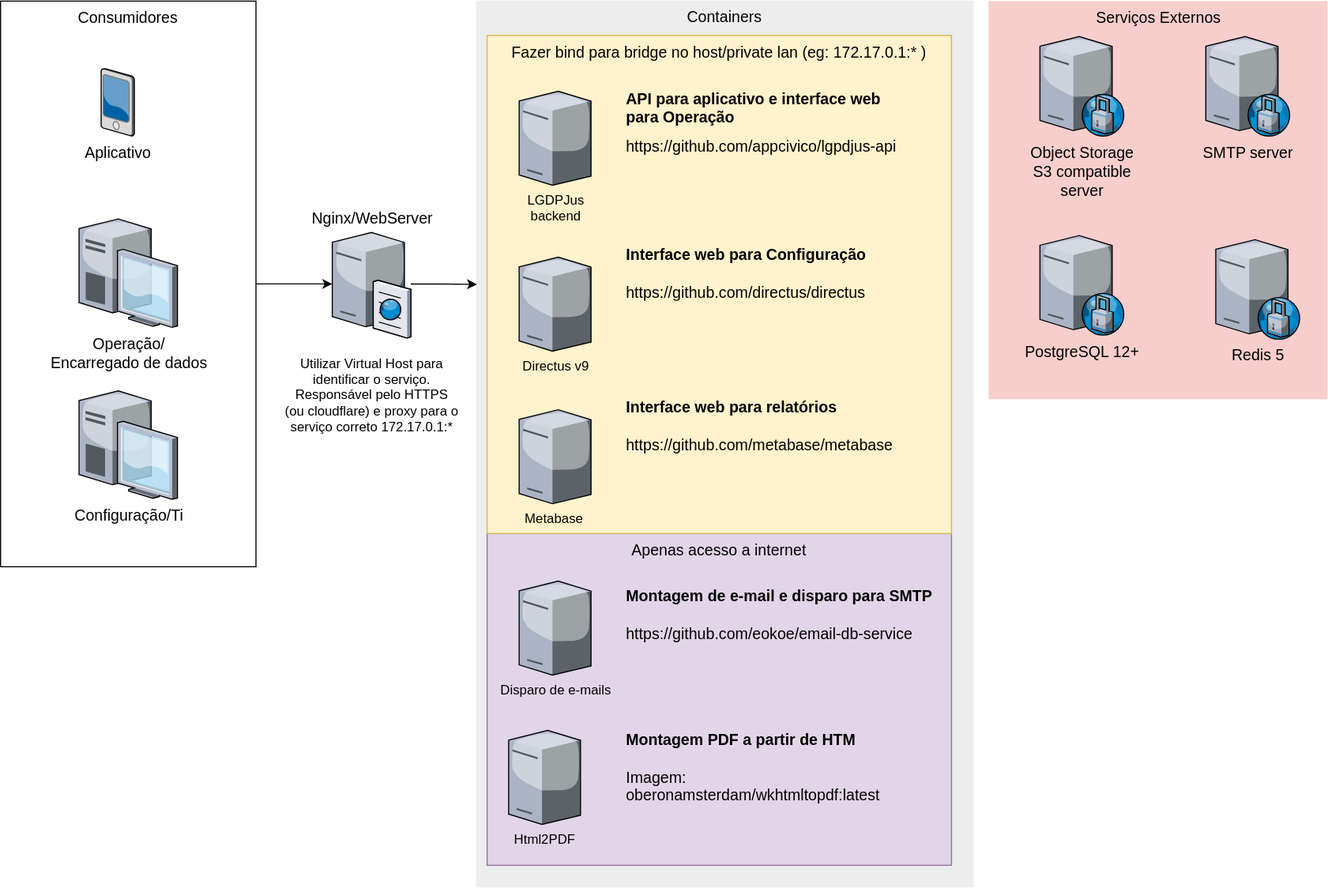
The draw.io diagram misc/LGPDJus-Containers.svg in AppCivico/lgpdjus-api, before a commit. Source tidied: cells renumbered, new cells last; positions are measured from the earlier drawing's top-left corner, leaving out a move shared by most shapes. Source of this version:
```xml
<mxGraphModel>
  <root>
    <mxCell id="0" style="html=1;" />
    <mxCell id="1" style="html=1;" parent="0" />
    <mxCell id="2" value="Containers" style="whiteSpace=wrap;html=1;fillColor=#EDEDED;fontSize=14;strokeColor=none;verticalAlign=top;" parent="1" vertex="1">
      <mxGeometry x="430" width="450" height="802" as="geometry" />
    </mxCell>
    <mxCell id="3" value="Apenas acesso a internet" style="whiteSpace=wrap;html=1;fillColor=#e1d5e7;fontSize=14;strokeColor=#9673a6;verticalAlign=top;" parent="1" vertex="1">
      <mxGeometry x="440" y="482" width="420" height="300" as="geometry" />
    </mxCell>
    <mxCell id="4" value="Fazer bind para bridge no host/private lan (eg: 172.17.0.1:* )" style="whiteSpace=wrap;html=1;fillColor=#fff2cc;fontSize=14;strokeColor=#d6b656;verticalAlign=top;" parent="1" vertex="1">
      <mxGeometry x="440" y="31.5" width="420" height="450.5" as="geometry" />
    </mxCell>
    <mxCell id="5" value="Serviços Externos" style="whiteSpace=wrap;html=1;fillColor=#f8cecc;fontSize=14;strokeColor=none;verticalAlign=top;" parent="1" vertex="1">
      <mxGeometry x="893.5" y="0.5" width="306.5" height="360" as="geometry" />
    </mxCell>
    <mxCell id="6" style="edgeStyle=orthogonalEdgeStyle;rounded=0;jettySize=auto;html=1;" parent="1" edge="1" source="7" target="10">
      <mxGeometry relative="1" as="geometry" />
    </mxCell>
    <mxCell id="7" value="Consumidores" style="whiteSpace=wrap;html=1;fontSize=14;verticalAlign=top;" parent="1" vertex="1">
      <mxGeometry y="0.5" width="231" height="511.5" as="geometry" />
    </mxCell>
    <mxCell id="8" style="edgeStyle=none;rounded=0;html=1;startSize=10;endSize=10;jettySize=auto;fontSize=14;endArrow=none;endFill=0;strokeWidth=2;" parent="1" edge="1" target="x">
      <mxGeometry relative="1" as="geometry">
        <mxPoint x="683" y="337.1" as="sourcePoint" />
      </mxGeometry>
    </mxCell>
    <mxCell id="9" style="edgeStyle=orthogonalEdgeStyle;rounded=0;jettySize=auto;html=1;entryX=0.002;entryY=0.32;entryDx=0;entryDy=0;entryPerimeter=0;" parent="1" edge="1" source="10" target="2">
      <mxGeometry relative="1" as="geometry" />
    </mxCell>
    <mxCell id="10" value="Nginx/WebServer" style="verticalLabelPosition=top;html=1;verticalAlign=bottom;strokeColor=none;shape=mxgraph.citrix.cache_server;fillColor=#66B2FF;gradientColor=#0066CC;fontSize=14;labelPosition=center;align=center;" parent="1" vertex="1">
      <mxGeometry x="300" y="207.5" width="71" height="97.5" as="geometry" />
    </mxCell>
    <mxCell id="11" value="Object Storage &lt;br&gt;S3 compatible &lt;br&gt;server" style="verticalLabelPosition=bottom;html=1;verticalAlign=top;strokeColor=none;shape=mxgraph.citrix.proxy_server;fillColor=#66B2FF;gradientColor=#0066CC;fontSize=14;" parent="1" vertex="1">
      <mxGeometry x="940" y="32.5" width="76.5" height="90" as="geometry" />
    </mxCell>
    <mxCell id="12" value="Operação/&lt;br&gt;Encarregado de dados" style="verticalLabelPosition=bottom;html=1;verticalAlign=top;strokeColor=none;shape=mxgraph.citrix.desktop;fillColor=#66B2FF;gradientColor=#0066CC;fontSize=14;" parent="1" vertex="1">
      <mxGeometry x="71" y="197.5" width="89" height="98" as="geometry" />
    </mxCell>
    <mxCell id="13" value="Configuração/Ti" style="verticalLabelPosition=bottom;html=1;verticalAlign=top;strokeColor=none;shape=mxgraph.citrix.desktop;fillColor=#66B2FF;gradientColor=#0066CC;fontSize=14;" parent="1" vertex="1">
      <mxGeometry x="71" y="353" width="89" height="98" as="geometry" />
    </mxCell>
    <mxCell id="14" value="Aplicativo" style="verticalLabelPosition=bottom;html=1;verticalAlign=top;strokeColor=none;shape=mxgraph.citrix.pda;fillColor=#66B2FF;gradientColor=#0066CC;fontSize=14;" parent="1" vertex="1">
      <mxGeometry x="91" y="61.5" width="30" height="61" as="geometry" />
    </mxCell>
    <mxCell id="15" value="LGDPJus&lt;br&gt;backend" style="verticalLabelPosition=bottom;html=1;verticalAlign=top;strokeColor=none;align=center;shape=mxgraph.citrix.tower_server;" parent="1" vertex="1">
      <mxGeometry x="469" y="82" width="65" height="85" as="geometry" />
    </mxCell>
    <mxCell id="16" value="Directus v9" style="verticalLabelPosition=bottom;html=1;verticalAlign=top;strokeColor=none;align=center;shape=mxgraph.citrix.tower_server;" parent="1" vertex="1">
      <mxGeometry x="469" y="232" width="65" height="85" as="geometry" />
    </mxCell>
    <mxCell id="17" value="SMTP server" style="verticalLabelPosition=bottom;html=1;verticalAlign=top;strokeColor=none;shape=mxgraph.citrix.proxy_server;fillColor=#66B2FF;gradientColor=#0066CC;fontSize=14;" parent="1" vertex="1">
      <mxGeometry x="1090" y="32.5" width="76.5" height="90" as="geometry" />
    </mxCell>
    <mxCell id="18" value="Utilizar Virtual Host para identificar o serviço. Responsável pelo HTTPS (ou cloudflare) e proxy para o serviço correto 172.17.0.1:*" style="text;html=1;strokeColor=none;fillColor=none;align=center;verticalAlign=middle;whiteSpace=wrap;rounded=0;" parent="1" vertex="1">
      <mxGeometry x="255.5" y="322" width="160" height="70" as="geometry" />
    </mxCell>
    <mxCell id="19" value="Metabase&amp;nbsp;" style="verticalLabelPosition=bottom;html=1;verticalAlign=top;strokeColor=none;align=center;shape=mxgraph.citrix.tower_server;" parent="1" vertex="1">
      <mxGeometry x="469" y="370" width="65" height="85" as="geometry" />
    </mxCell>
    <mxCell id="20" value="&lt;h1 style=&quot;font-size: 14px&quot;&gt;&lt;font style=&quot;font-size: 14px&quot;&gt;API para aplicativo e interface web para Operação&lt;/font&gt;&lt;/h1&gt;&lt;div&gt;&lt;span style=&quot;text-align: center ; font-size: 14px&quot;&gt;https://github.com/appcivico/lgpdjus-api&lt;/span&gt;&lt;br&gt;&lt;/div&gt;" style="text;html=1;strokeColor=none;fillColor=none;spacing=5;spacingTop=-20;whiteSpace=wrap;overflow=hidden;rounded=0;" parent="1" vertex="1">
      <mxGeometry x="560.5" y="82" width="260" height="74.5" as="geometry" />
    </mxCell>
    <mxCell id="21" value="&lt;span style=&quot;font-size: 14px&quot;&gt;&lt;b&gt;Interface web para Configuração&lt;br&gt;&lt;/b&gt;&lt;div style=&quot;font-weight: bold ; text-align: left&quot;&gt;&lt;span style=&quot;text-align: center ; font-weight: normal&quot;&gt;&lt;br&gt;&lt;/span&gt;&lt;/div&gt;&lt;div style=&quot;font-weight: bold ; text-align: left&quot;&gt;&lt;span style=&quot;text-align: center ; font-weight: normal&quot;&gt;https://github.com/directus/directus&lt;/span&gt;&lt;/div&gt;&lt;/span&gt;" style="text;html=1;strokeColor=none;fillColor=none;spacing=5;spacingTop=-20;whiteSpace=wrap;overflow=hidden;rounded=0;" parent="1" vertex="1">
      <mxGeometry x="560.5" y="231.8" width="260" height="74.5" as="geometry" />
    </mxCell>
    <mxCell id="22" value="&lt;span style=&quot;font-size: 14px&quot;&gt;&lt;b&gt;Interface web para relatórios&lt;br&gt;&lt;/b&gt;&lt;div style=&quot;font-weight: bold ; text-align: left&quot;&gt;&lt;span style=&quot;text-align: center ; font-weight: normal&quot;&gt;&lt;br&gt;&lt;/span&gt;&lt;/div&gt;&lt;div style=&quot;font-weight: bold ; text-align: left&quot;&gt;&lt;span style=&quot;text-align: center ; font-weight: normal&quot;&gt;https://github.com/metabase/metabase&lt;/span&gt;&lt;/div&gt;&lt;/span&gt;" style="text;html=1;strokeColor=none;fillColor=none;spacing=5;spacingTop=-20;whiteSpace=wrap;overflow=hidden;rounded=0;" parent="1" vertex="1">
      <mxGeometry x="560.5" y="370" width="260" height="74.5" as="geometry" />
    </mxCell>
    <mxCell id="23" value="Disparo de e-mails" style="verticalLabelPosition=bottom;html=1;verticalAlign=top;strokeColor=none;align=center;shape=mxgraph.citrix.tower_server;" parent="1" vertex="1">
      <mxGeometry x="469" y="525" width="65" height="85" as="geometry" />
    </mxCell>
    <mxCell id="24" value="&lt;span style=&quot;font-size: 14px&quot;&gt;&lt;b&gt;Montagem de e-mail e disparo para SMTP&lt;br&gt;&lt;/b&gt;&lt;/span&gt;&lt;span style=&quot;font-size: 14px ; text-align: center&quot;&gt;&lt;br&gt;https://github.com/eokoe/email-db-service&lt;/span&gt;&lt;span style=&quot;font-size: 14px&quot;&gt;&lt;b&gt;&lt;br&gt;&lt;/b&gt;&lt;/span&gt;" style="text;html=1;strokeColor=none;fillColor=none;spacing=5;spacingTop=-20;whiteSpace=wrap;overflow=hidden;rounded=0;" parent="1" vertex="1">
      <mxGeometry x="560.5" y="540.5" width="290" height="74.5" as="geometry" />
    </mxCell>
    <mxCell id="25" value="PostgreSQL 12+" style="verticalLabelPosition=bottom;html=1;verticalAlign=top;strokeColor=none;shape=mxgraph.citrix.proxy_server;fillColor=#66B2FF;gradientColor=#0066CC;fontSize=14;" parent="1" vertex="1">
      <mxGeometry x="940" y="212.5" width="76.5" height="90" as="geometry" />
    </mxCell>
    <mxCell id="26" value="Redis 5" style="verticalLabelPosition=bottom;html=1;verticalAlign=top;strokeColor=none;shape=mxgraph.citrix.proxy_server;fillColor=#66B2FF;gradientColor=#0066CC;fontSize=14;" parent="1" vertex="1">
      <mxGeometry x="1099" y="216.2" width="76.5" height="90" as="geometry" />
    </mxCell>
    <mxCell id="27" value="Html2PDF" style="verticalLabelPosition=bottom;html=1;verticalAlign=top;strokeColor=none;align=center;shape=mxgraph.citrix.tower_server;" parent="1" vertex="1">
      <mxGeometry x="459.5" y="660" width="65" height="85" as="geometry" />
    </mxCell>
    <mxCell id="28" value="&lt;span style=&quot;font-size: 14px&quot;&gt;&lt;b&gt;Montagem PDF a partir de HTM&lt;br&gt;&lt;/b&gt;&lt;div style=&quot;font-weight: bold ; text-align: left&quot;&gt;&lt;span style=&quot;text-align: center ; font-weight: normal&quot;&gt;&lt;br&gt;&lt;/span&gt;&lt;/div&gt;&lt;div style=&quot;font-weight: bold ; text-align: left&quot;&gt;&lt;span style=&quot;text-align: center ; font-weight: normal&quot;&gt;Imagem: oberonamsterdam/wkhtmltopdf:latest&lt;/span&gt;&lt;/div&gt;&lt;/span&gt;" style="text;html=1;strokeColor=none;fillColor=none;spacing=5;spacingTop=-20;whiteSpace=wrap;overflow=hidden;rounded=0;imageAspect=1;imageWidth=24;" parent="1" vertex="1">
      <mxGeometry x="560.5" y="670.5" width="290" height="74.5" as="geometry" />
    </mxCell>
  </root>
</mxGraphModel>
```
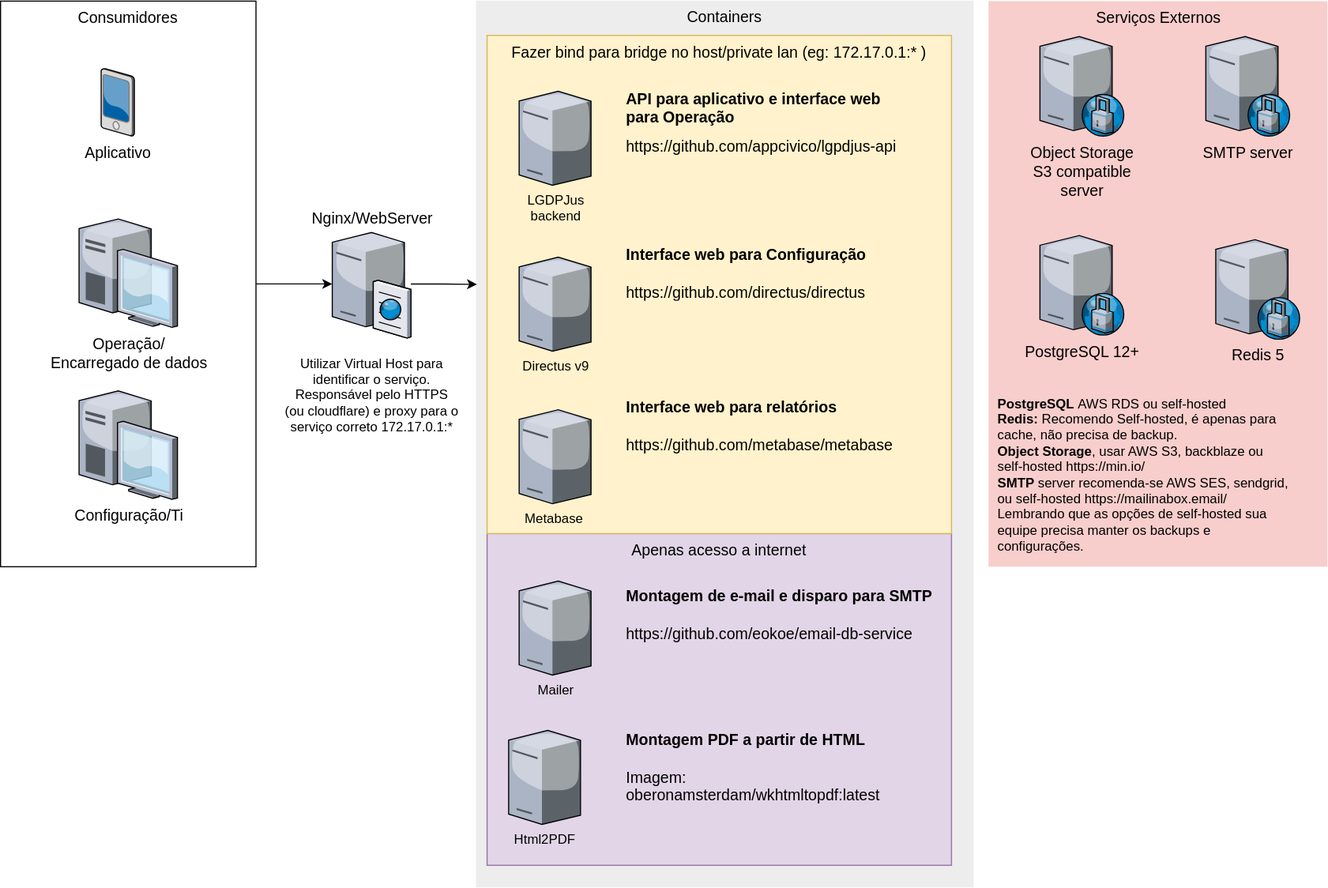
After the commit.

Change to the diagram source:
```diff
@@ -12,7 +12,7 @@
       <mxGeometry x="440" y="31.5" width="420" height="450.5" as="geometry" />
     </mxCell>
     <mxCell id="5" value="Serviços Externos" style="whiteSpace=wrap;html=1;fillColor=#f8cecc;fontSize=14;strokeColor=none;verticalAlign=top;" parent="1" vertex="1">
-      <mxGeometry x="893.5" y="0.5" width="306.5" height="360" as="geometry" />
+      <mxGeometry x="893.5" y="0.5" width="306.5" height="511.5" as="geometry" />
     </mxCell>
     <mxCell id="6" style="edgeStyle=orthogonalEdgeStyle;rounded=0;jettySize=auto;html=1;" parent="1" edge="1" source="7" target="10">
       <mxGeometry relative="1" as="geometry" />
@@ -67,7 +67,7 @@
     <mxCell id="22" value="&lt;span style=&quot;font-size: 14px&quot;&gt;&lt;b&gt;Interface web para relatórios&lt;br&gt;&lt;/b&gt;&lt;div style=&quot;font-weight: bold ; text-align: left&quot;&gt;&lt;span style=&quot;text-align: center ; font-weight: normal&quot;&gt;&lt;br&gt;&lt;/span&gt;&lt;/div&gt;&lt;div style=&quot;font-weight: bold ; text-align: left&quot;&gt;&lt;span style=&quot;text-align: center ; font-weight: normal&quot;&gt;https://github.com/metabase/metabase&lt;/span&gt;&lt;/div&gt;&lt;/span&gt;" style="text;html=1;strokeColor=none;fillColor=none;spacing=5;spacingTop=-20;whiteSpace=wrap;overflow=hidden;rounded=0;" parent="1" vertex="1">
       <mxGeometry x="560.5" y="370" width="260" height="74.5" as="geometry" />
     </mxCell>
-    <mxCell id="23" value="Disparo de e-mails" style="verticalLabelPosition=bottom;html=1;verticalAlign=top;strokeColor=none;align=center;shape=mxgraph.citrix.tower_server;" parent="1" vertex="1">
+    <mxCell id="23" value="Mailer" style="verticalLabelPosition=bottom;html=1;verticalAlign=top;strokeColor=none;align=center;shape=mxgraph.citrix.tower_server;" parent="1" vertex="1">
       <mxGeometry x="469" y="525" width="65" height="85" as="geometry" />
     </mxCell>
     <mxCell id="24" value="&lt;span style=&quot;font-size: 14px&quot;&gt;&lt;b&gt;Montagem de e-mail e disparo para SMTP&lt;br&gt;&lt;/b&gt;&lt;/span&gt;&lt;span style=&quot;font-size: 14px ; text-align: center&quot;&gt;&lt;br&gt;https://github.com/eokoe/email-db-service&lt;/span&gt;&lt;span style=&quot;font-size: 14px&quot;&gt;&lt;b&gt;&lt;br&gt;&lt;/b&gt;&lt;/span&gt;" style="text;html=1;strokeColor=none;fillColor=none;spacing=5;spacingTop=-20;whiteSpace=wrap;overflow=hidden;rounded=0;" parent="1" vertex="1">
@@ -82,8 +82,11 @@
     <mxCell id="27" value="Html2PDF" style="verticalLabelPosition=bottom;html=1;verticalAlign=top;strokeColor=none;align=center;shape=mxgraph.citrix.tower_server;" parent="1" vertex="1">
       <mxGeometry x="459.5" y="660" width="65" height="85" as="geometry" />
     </mxCell>
-    <mxCell id="28" value="&lt;span style=&quot;font-size: 14px&quot;&gt;&lt;b&gt;Montagem PDF a partir de HTM&lt;br&gt;&lt;/b&gt;&lt;div style=&quot;font-weight: bold ; text-align: left&quot;&gt;&lt;span style=&quot;text-align: center ; font-weight: normal&quot;&gt;&lt;br&gt;&lt;/span&gt;&lt;/div&gt;&lt;div style=&quot;font-weight: bold ; text-align: left&quot;&gt;&lt;span style=&quot;text-align: center ; font-weight: normal&quot;&gt;Imagem: oberonamsterdam/wkhtmltopdf:latest&lt;/span&gt;&lt;/div&gt;&lt;/span&gt;" style="text;html=1;strokeColor=none;fillColor=none;spacing=5;spacingTop=-20;whiteSpace=wrap;overflow=hidden;rounded=0;imageAspect=1;imageWidth=24;" parent="1" vertex="1">
+    <mxCell id="28" value="&lt;span style=&quot;font-size: 14px&quot;&gt;&lt;b&gt;Montagem PDF a partir de HTML&lt;br&gt;&lt;/b&gt;&lt;div style=&quot;font-weight: bold ; text-align: left&quot;&gt;&lt;span style=&quot;text-align: center ; font-weight: normal&quot;&gt;&lt;br&gt;&lt;/span&gt;&lt;/div&gt;&lt;div style=&quot;font-weight: bold ; text-align: left&quot;&gt;&lt;span style=&quot;text-align: center ; font-weight: normal&quot;&gt;Imagem: oberonamsterdam/wkhtmltopdf:latest&lt;/span&gt;&lt;/div&gt;&lt;/span&gt;" style="text;html=1;strokeColor=none;fillColor=none;spacing=5;spacingTop=-20;whiteSpace=wrap;overflow=hidden;rounded=0;imageAspect=1;imageWidth=24;" parent="1" vertex="1">
       <mxGeometry x="560.5" y="670.5" width="290" height="74.5" as="geometry" />
     </mxCell>
+    <mxCell id="29" value="&lt;b&gt;PostgreSQL&amp;nbsp;&lt;/b&gt;AWS RDS ou self-hosted&lt;br&gt;&lt;b&gt;Redis:&lt;/b&gt;&amp;nbsp;Recomendo Self-hosted, é apenas para cache, não precisa de backup.&lt;br&gt;&lt;b&gt;Object Storage&lt;/b&gt;, usar AWS S3, backblaze ou self-hosted https://min.io/&lt;br&gt;&lt;div&gt;&lt;b&gt;SMTP&lt;/b&gt; server recomenda-se AWS SES, sendgrid, ou self-hosted https://mailinabox.email/&amp;nbsp;&lt;/div&gt;&lt;div&gt;Lembrando que as opções de self-hosted sua equipe precisa manter os backups e configurações.&lt;/div&gt;" style="text;html=1;strokeColor=none;fillColor=none;align=left;verticalAlign=middle;whiteSpace=wrap;rounded=0;" parent="1" vertex="1">
+      <mxGeometry x="900" y="346.5" width="266.5" height="165.5" as="geometry" />
+    </mxCell>
   </root>
 </mxGraphModel>
```
